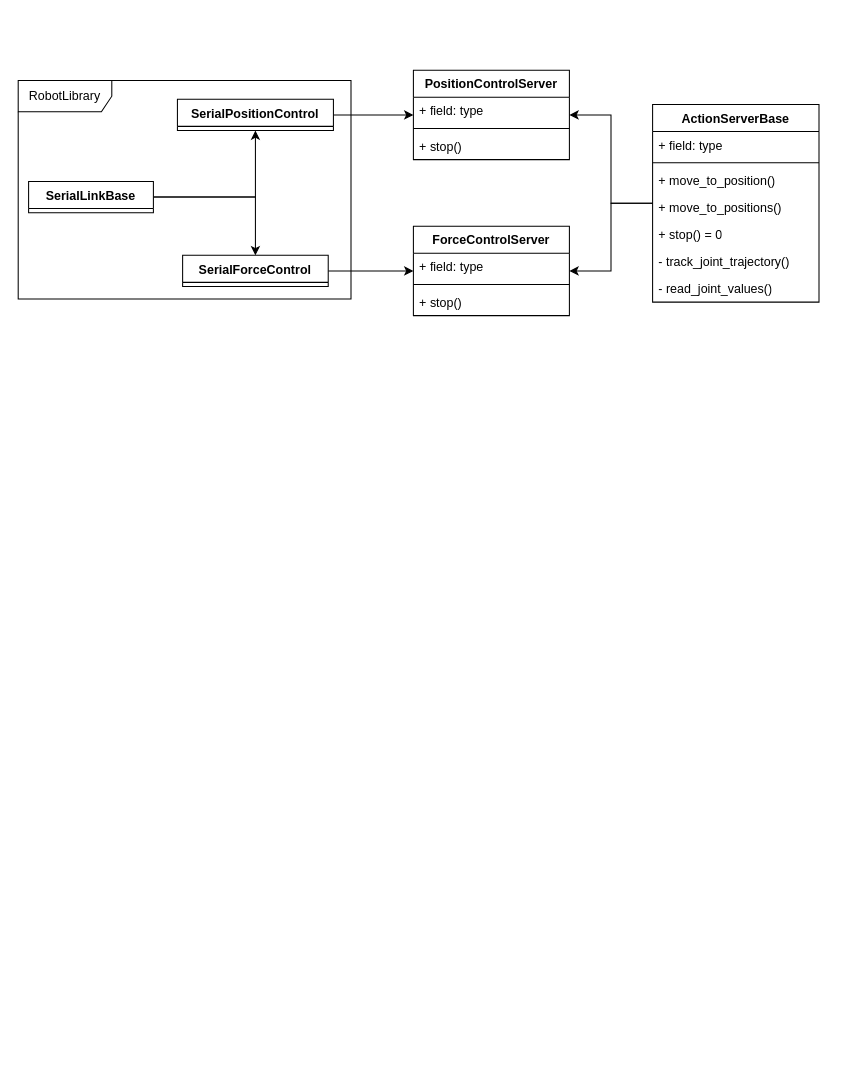
Earlier version of the draw.io diagram ClassDiagrams.drawio (Woolfrey/server_serial_link). Source tidied: cells renumbered, new cells numbered last; positions are measured from the earlier drawing's top-left corner, leaving out a move shared by most shapes. Both pictures are drawn from the tidied source at 104%, with x=0, y=0 at pixel (18, 70).
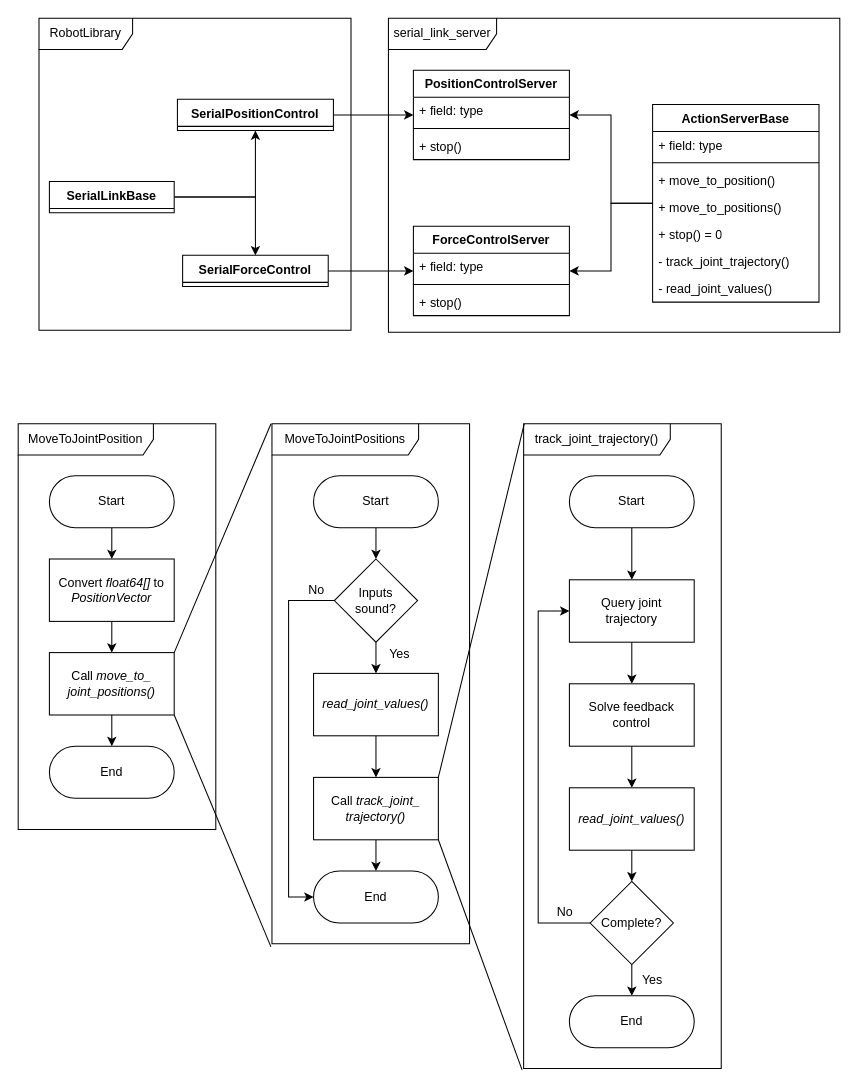
After the change.

The edit, as a diff of the source:
```diff
@@
     <mxCell id="18" value="SerialLinkBase" style="swimlane;fontStyle=1;align=center;verticalAlign=top;horizontal=1;startSize=26;whiteSpace=wrap;html=1;" parent="1" vertex="1" collapsed="1">
-      <mxGeometry x="10" y="107" width="120" height="30" as="geometry" />
+      <mxGeometry x="30" y="107" width="120" height="30" as="geometry" />
     </mxCell>
@@
     <mxCell id="27" value="RobotLibrary" style="shape=umlFrame;whiteSpace=wrap;html=1;width=90;height=30;" parent="1" vertex="1">
-      <mxGeometry y="10" width="320" height="210" as="geometry" />
+      <mxGeometry x="20" y="-50" width="300" height="300" as="geometry" />
     </mxCell>
+    <mxCell id="28" style="edgeStyle=orthogonalEdgeStyle;rounded=0;jettySize=auto;html=1;" parent="1" edge="1" source="29" target="31">
+      <mxGeometry relative="1" as="geometry" />
+    </mxCell>
+    <mxCell id="29" value="Start" style="rounded=1;whiteSpace=wrap;html=1;arcSize=50;" parent="1" vertex="1">
+      <mxGeometry x="30" y="390" width="120" height="50" as="geometry" />
+    </mxCell>
+    <mxCell id="30" style="edgeStyle=orthogonalEdgeStyle;rounded=0;jettySize=auto;html=1;" parent="1" edge="1" source="31" target="33">
+      <mxGeometry relative="1" as="geometry" />
+    </mxCell>
+    <mxCell id="31" value="Convert &lt;i&gt;float64[]&lt;/i&gt; to &lt;i&gt;PositionVector&lt;/i&gt;" style="rounded=0;whiteSpace=wrap;html=1;" parent="1" vertex="1">
+      <mxGeometry x="30" y="470" width="120" height="60" as="geometry" />
+    </mxCell>
+    <mxCell id="32" style="edgeStyle=orthogonalEdgeStyle;rounded=0;jettySize=auto;html=1;" parent="1" edge="1" source="33" target="34">
+      <mxGeometry relative="1" as="geometry" />
+    </mxCell>
+    <mxCell id="33" value="&lt;div&gt;Call &lt;i&gt;move_to_&lt;/i&gt;&lt;/div&gt;&lt;div&gt;&lt;i&gt;joint_positions()&lt;br&gt;&lt;/i&gt;&lt;/div&gt;" style="rounded=0;whiteSpace=wrap;html=1;" parent="1" vertex="1">
+      <mxGeometry x="30" y="560" width="120" height="60" as="geometry" />
+    </mxCell>
+    <mxCell id="34" value="End" style="rounded=1;whiteSpace=wrap;html=1;arcSize=50;" parent="1" vertex="1">
+      <mxGeometry x="30" y="650" width="120" height="50" as="geometry" />
+    </mxCell>
+    <mxCell id="35" style="edgeStyle=orthogonalEdgeStyle;rounded=0;jettySize=auto;html=1;" parent="1" edge="1" source="36" target="39">
+      <mxGeometry relative="1" as="geometry" />
+    </mxCell>
+    <mxCell id="36" value="Start" style="rounded=1;whiteSpace=wrap;html=1;arcSize=50;" parent="1" vertex="1">
+      <mxGeometry x="284" y="390" width="120" height="50" as="geometry" />
+    </mxCell>
+    <mxCell id="37" style="edgeStyle=orthogonalEdgeStyle;rounded=0;jettySize=auto;html=1;" parent="1" edge="1" source="39" target="44">
+      <mxGeometry relative="1" as="geometry" />
+    </mxCell>
+    <mxCell id="38" style="edgeStyle=orthogonalEdgeStyle;rounded=0;jettySize=auto;html=1;" parent="1" edge="1" source="39" target="42">
+      <mxGeometry relative="1" as="geometry">
+        <Array as="points">
+          <mxPoint x="260" y="510" />
+          <mxPoint x="260" y="795" />
+        </Array>
+      </mxGeometry>
+    </mxCell>
+    <mxCell id="39" value="&lt;div&gt;Inputs&lt;/div&gt;&lt;div&gt;sound?&lt;br&gt;&lt;/div&gt;" style="rhombus;whiteSpace=wrap;html=1;" parent="1" vertex="1">
+      <mxGeometry x="304" y="470" width="80" height="80" as="geometry" />
+    </mxCell>
+    <mxCell id="40" style="edgeStyle=orthogonalEdgeStyle;rounded=0;jettySize=auto;html=1;" parent="1" edge="1" source="41" target="42">
+      <mxGeometry relative="1" as="geometry" />
+    </mxCell>
+    <mxCell id="41" value="&lt;div&gt;Call &lt;i&gt;track_joint_&lt;/i&gt;&lt;/div&gt;&lt;div&gt;&lt;i&gt;trajectory()&lt;/i&gt;&lt;/div&gt;" style="rounded=0;whiteSpace=wrap;html=1;" parent="1" vertex="1">
+      <mxGeometry x="284" y="680" width="120" height="60" as="geometry" />
+    </mxCell>
+    <mxCell id="42" value="End" style="rounded=1;whiteSpace=wrap;html=1;arcSize=50;" parent="1" vertex="1">
+      <mxGeometry x="284" y="770" width="120" height="50" as="geometry" />
+    </mxCell>
+    <mxCell id="43" style="edgeStyle=orthogonalEdgeStyle;rounded=0;jettySize=auto;html=1;" parent="1" edge="1" source="44" target="41">
+      <mxGeometry relative="1" as="geometry" />
+    </mxCell>
+    <mxCell id="44" value="&lt;i&gt;read_joint_values()&lt;/i&gt;" style="rounded=0;whiteSpace=wrap;html=1;" parent="1" vertex="1">
+      <mxGeometry x="284" y="580" width="120" height="60" as="geometry" />
+    </mxCell>
+    <mxCell id="45" style="edgeStyle=orthogonalEdgeStyle;rounded=0;jettySize=auto;html=1;" parent="1" edge="1" source="46" target="48">
+      <mxGeometry relative="1" as="geometry" />
+    </mxCell>
+    <mxCell id="46" value="Start" style="rounded=1;whiteSpace=wrap;html=1;arcSize=50;" parent="1" vertex="1">
+      <mxGeometry x="530" y="390" width="120" height="50" as="geometry" />
+    </mxCell>
+    <mxCell id="47" style="edgeStyle=orthogonalEdgeStyle;rounded=0;jettySize=auto;html=1;" parent="1" edge="1" source="48" target="50">
+      <mxGeometry relative="1" as="geometry" />
+    </mxCell>
+    <mxCell id="48" value="&lt;div&gt;Query joint&lt;/div&gt;&lt;div&gt;trajectory&lt;/div&gt;" style="rounded=0;whiteSpace=wrap;html=1;" parent="1" vertex="1">
+      <mxGeometry x="530" y="490" width="120" height="60" as="geometry" />
+    </mxCell>
+    <mxCell id="49" style="edgeStyle=orthogonalEdgeStyle;rounded=0;jettySize=auto;html=1;" parent="1" edge="1" source="50" target="52">
+      <mxGeometry relative="1" as="geometry" />
+    </mxCell>
+    <mxCell id="50" value="Solve feedback control" style="rounded=0;whiteSpace=wrap;html=1;" parent="1" vertex="1">
+      <mxGeometry x="530" y="590" width="120" height="60" as="geometry" />
+    </mxCell>
+    <mxCell id="51" style="edgeStyle=orthogonalEdgeStyle;rounded=0;jettySize=auto;html=1;" parent="1" edge="1" source="52" target="55">
+      <mxGeometry relative="1" as="geometry" />
+    </mxCell>
+    <mxCell id="52" value="read_joint_values()" style="rounded=0;whiteSpace=wrap;html=1;fontStyle=2;" parent="1" vertex="1">
+      <mxGeometry x="530" y="690" width="120" height="60" as="geometry" />
+    </mxCell>
+    <mxCell id="53" style="edgeStyle=orthogonalEdgeStyle;rounded=0;jettySize=auto;html=1;" parent="1" edge="1" source="55" target="56">
+      <mxGeometry relative="1" as="geometry" />
+    </mxCell>
+    <mxCell id="54" style="edgeStyle=orthogonalEdgeStyle;rounded=0;jettySize=auto;html=1;" parent="1" edge="1" source="55" target="48">
+      <mxGeometry relative="1" as="geometry">
+        <Array as="points">
+          <mxPoint x="500" y="820" />
+          <mxPoint x="500" y="520" />
+        </Array>
+      </mxGeometry>
+    </mxCell>
+    <mxCell id="55" value="Complete?" style="rhombus;whiteSpace=wrap;html=1;" parent="1" vertex="1">
+      <mxGeometry x="550" y="780" width="80" height="80" as="geometry" />
+    </mxCell>
+    <mxCell id="56" value="End" style="rounded=1;whiteSpace=wrap;html=1;arcSize=50;" parent="1" vertex="1">
+      <mxGeometry x="530" y="890" width="120" height="50" as="geometry" />
+    </mxCell>
+    <mxCell id="57" value="MoveToJointPosition" style="shape=umlFrame;whiteSpace=wrap;html=1;width=130;height=30;" parent="1" vertex="1">
+      <mxGeometry y="340" width="190" height="390" as="geometry" />
+    </mxCell>
+    <mxCell id="58" value="MoveToJointPositions" style="shape=umlFrame;whiteSpace=wrap;html=1;width=141;height=30;" parent="1" vertex="1">
+      <mxGeometry x="244" y="340" width="190" height="500" as="geometry" />
+    </mxCell>
+    <mxCell id="59" style="rounded=0;jettySize=auto;html=1;exitX=1;exitY=1;exitDx=0;exitDy=0;entryX=-0.005;entryY=1.006;entryDx=0;entryDy=0;entryPerimeter=0;endArrow=none;endFill=0;" parent="1" edge="1" source="33" target="58">
+      <mxGeometry relative="1" as="geometry" />
+    </mxCell>
+    <mxCell id="60" style="rounded=0;jettySize=auto;html=1;exitX=1;exitY=0;exitDx=0;exitDy=0;entryX=-0.005;entryY=0;entryDx=0;entryDy=0;entryPerimeter=0;endArrow=none;endFill=0;" parent="1" edge="1" source="33" target="58">
+      <mxGeometry relative="1" as="geometry" />
+    </mxCell>
+    <mxCell id="61" value="track_joint_trajectory()" style="shape=umlFrame;whiteSpace=wrap;html=1;width=141;height=30;" parent="1" vertex="1">
+      <mxGeometry x="486" y="340" width="190" height="620" as="geometry" />
+    </mxCell>
+    <mxCell id="62" style="rounded=0;jettySize=auto;html=1;exitX=1;exitY=0;exitDx=0;exitDy=0;entryX=0.003;entryY=0;entryDx=0;entryDy=0;entryPerimeter=0;endArrow=none;endFill=0;" parent="1" edge="1" source="41" target="61">
+      <mxGeometry relative="1" as="geometry" />
+    </mxCell>
+    <mxCell id="63" style="rounded=0;jettySize=auto;html=1;exitX=1;exitY=1;exitDx=0;exitDy=0;endArrow=none;endFill=0;entryX=-0.008;entryY=1.002;entryDx=0;entryDy=0;entryPerimeter=0;" parent="1" edge="1" source="41" target="61">
+      <mxGeometry relative="1" as="geometry" />
+    </mxCell>
+    <mxCell id="64" value="No" style="text;html=1;align=center;verticalAlign=middle;whiteSpace=wrap;rounded=0;" parent="1" vertex="1">
+      <mxGeometry x="257" y="485" width="60" height="30" as="geometry" />
+    </mxCell>
+    <mxCell id="65" value="No" style="text;html=1;align=center;verticalAlign=middle;whiteSpace=wrap;rounded=0;" parent="1" vertex="1">
+      <mxGeometry x="501" y="800" width="50" height="20" as="geometry" />
+    </mxCell>
+    <mxCell id="66" value="Yes" style="text;html=1;align=center;verticalAlign=middle;whiteSpace=wrap;rounded=0;" parent="1" vertex="1">
+      <mxGeometry x="337" y="547" width="60" height="30" as="geometry" />
+    </mxCell>
+    <mxCell id="67" value="Yes" style="text;html=1;align=center;verticalAlign=middle;whiteSpace=wrap;rounded=0;" parent="1" vertex="1">
+      <mxGeometry x="580" y="860" width="60" height="30" as="geometry" />
+    </mxCell>
+    <mxCell id="68" value="serial_link_server" style="shape=umlFrame;whiteSpace=wrap;html=1;width=104;height=30;" parent="1" vertex="1">
+      <mxGeometry x="356" y="-50" width="434" height="302" as="geometry" />
+    </mxCell>
```
